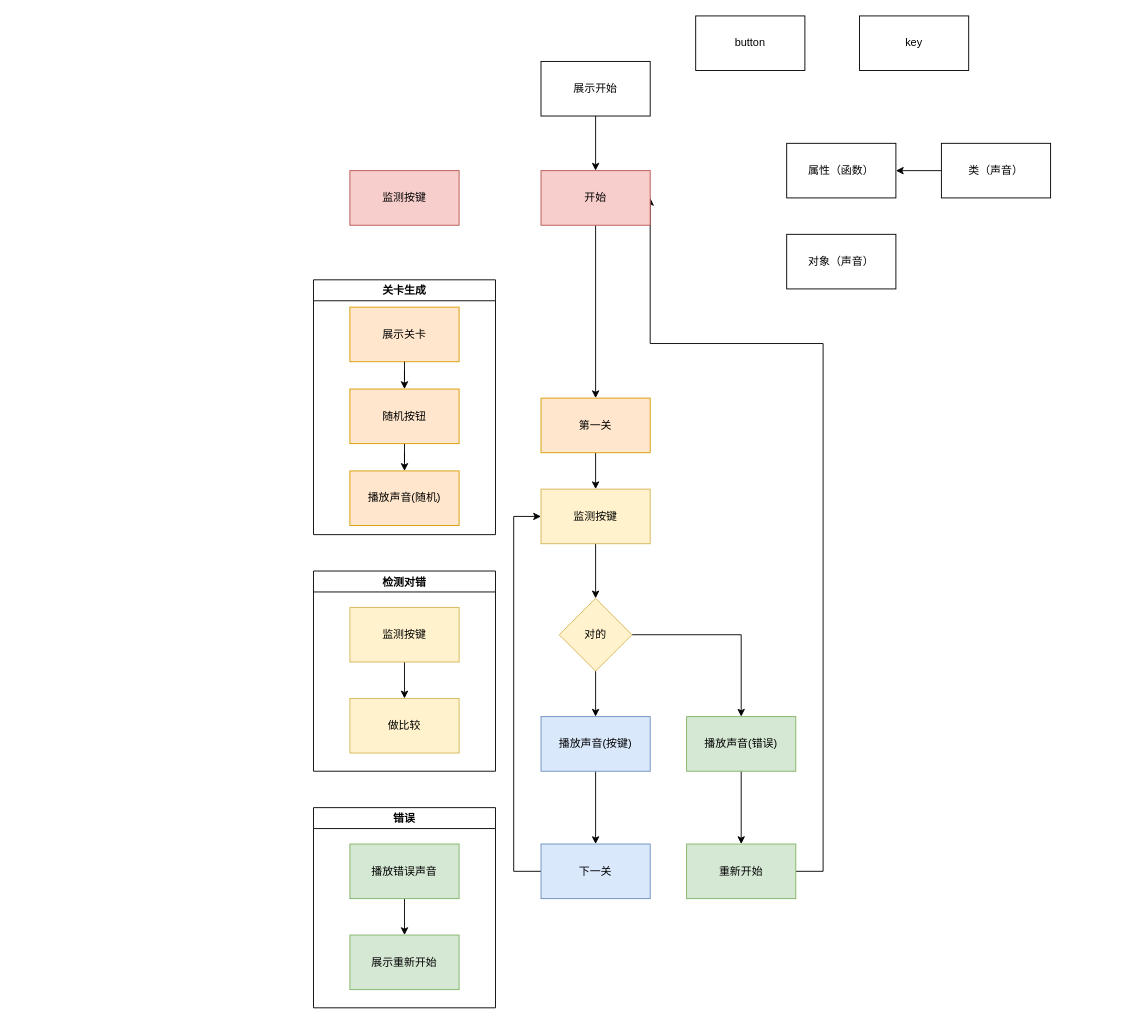
Above: 20230724.drawio in wenjiaqi8255/portfolio (draw.io), before the change. Source tidied: cells renumbered, new cells numbered last; positions are measured from the earlier drawing's top-left corner, leaving out a move shared by most shapes. Both pictures are drawn from the tidied source at 91%, with x=0, y=0 at pixel (313, 15).
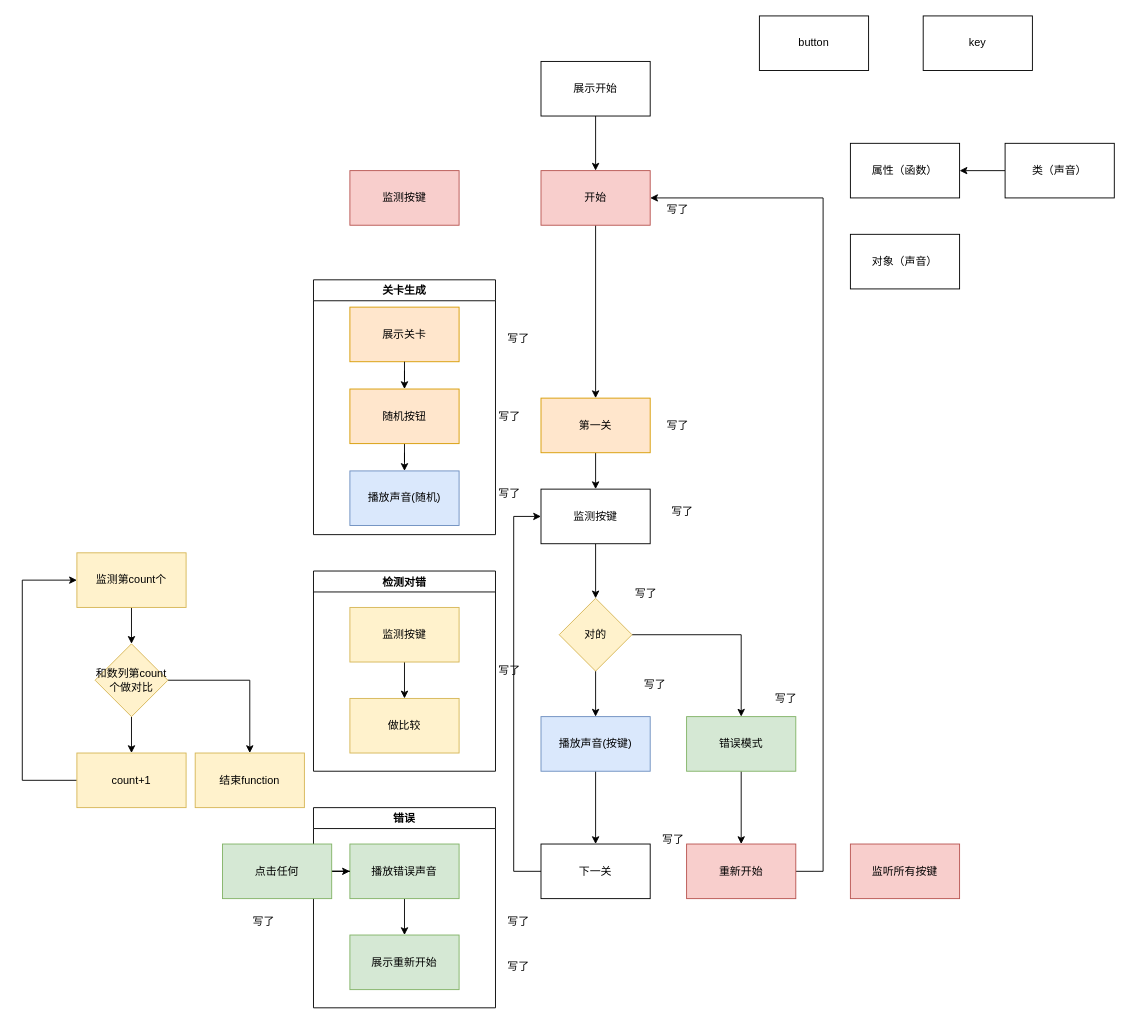
The same diagram, later.

Unchanged cells that the change refers to:
```xml
<mxCell id="24" value="开始" style="rounded=0;whiteSpace=wrap;html=1;fillColor=#f8cecc;strokeColor=#b85450;" parent="1" vertex="1">
  <mxGeometry x="250" y="170" width="120" height="60" as="geometry" />
</mxCell>
<mxCell id="36" value="播放错误声音" style="rounded=0;whiteSpace=wrap;html=1;fillColor=#d5e8d4;strokeColor=#82b366;" parent="34" vertex="1">
  <mxGeometry x="40" y="40" width="120" height="60" as="geometry" />
</mxCell>
```

What changed in the source:
```diff
@@
     <mxCell id="2" value="button" style="rounded=0;whiteSpace=wrap;html=1;" parent="1" vertex="1">
-      <mxGeometry x="420" width="120" height="60" as="geometry" />
+      <mxGeometry x="490" width="120" height="60" as="geometry" />
     </mxCell>
     <mxCell id="3" value="对象（声音）" style="rounded=0;whiteSpace=wrap;html=1;" parent="1" vertex="1">
-      <mxGeometry x="520" y="240" width="120" height="60" as="geometry" />
+      <mxGeometry x="590" y="240" width="120" height="60" as="geometry" />
     </mxCell>
     <mxCell id="4" value="key" style="rounded=0;whiteSpace=wrap;html=1;" parent="1" vertex="1">
-      <mxGeometry x="600" width="120" height="60" as="geometry" />
+      <mxGeometry x="670" width="120" height="60" as="geometry" />
     </mxCell>
     <mxCell id="5" value="属性（函数）" style="rounded=0;whiteSpace=wrap;html=1;" parent="1" vertex="1">
-      <mxGeometry x="520" y="140" width="120" height="60" as="geometry" />
+      <mxGeometry x="590" y="140" width="120" height="60" as="geometry" />
     </mxCell>
@@
     <mxCell id="7" value="类（声音）" style="rounded=0;whiteSpace=wrap;html=1;" parent="1" vertex="1">
-      <mxGeometry x="690" y="140" width="120" height="60" as="geometry" />
+      <mxGeometry x="760" y="140" width="120" height="60" as="geometry" />
     </mxCell>
@@
-    <mxCell id="11" value="监测按键" style="rounded=0;whiteSpace=wrap;html=1;fillColor=#fff2cc;strokeColor=#d6b656;" parent="1" vertex="1">
+    <mxCell id="11" value="监测按键" style="rounded=0;whiteSpace=wrap;html=1;" parent="1" vertex="1">
       <mxGeometry x="250" y="520" width="120" height="60" as="geometry" />
     </mxCell>
@@
-    <mxCell id="16" value="播放声音(错误)" style="rounded=0;whiteSpace=wrap;html=1;fillColor=#d5e8d4;strokeColor=#82b366;" parent="1" vertex="1">
+    <mxCell id="16" value="错误模式" style="rounded=0;whiteSpace=wrap;html=1;fillColor=#d5e8d4;strokeColor=#82b366;" parent="1" vertex="1">
       <mxGeometry x="410" y="770" width="120" height="60" as="geometry" />
     </mxCell>
     <mxCell id="17" style="edgeStyle=orthogonalEdgeStyle;rounded=0;jettySize=auto;html=1;entryX=1;entryY=0.5;entryDx=0;entryDy=0;" parent="1" edge="1" source="18" target="24">
       <mxGeometry relative="1" as="geometry">
         <Array as="points">
           <mxPoint x="560" y="940" />
-          <mxPoint x="560" y="360" />
+          <mxPoint x="560" y="200" />
         </Array>
       </mxGeometry>
     </mxCell>
-    <mxCell id="18" value="重新开始" style="rounded=0;whiteSpace=wrap;html=1;fillColor=#d5e8d4;strokeColor=#82b366;" parent="1" vertex="1">
+    <mxCell id="18" value="重新开始" style="rounded=0;whiteSpace=wrap;html=1;fillColor=#f8cecc;strokeColor=#b85450;" parent="1" vertex="1">
       <mxGeometry x="410" y="910" width="120" height="60" as="geometry" />
     </mxCell>
@@
-    <mxCell id="20" value="下一关" style="rounded=0;whiteSpace=wrap;html=1;fillColor=#dae8fc;strokeColor=#6c8ebf;" parent="1" vertex="1">
+    <mxCell id="20" value="下一关" style="rounded=0;whiteSpace=wrap;html=1;" parent="1" vertex="1">
       <mxGeometry x="250" y="910" width="120" height="60" as="geometry" />
     </mxCell>
@@
-    <mxCell id="27" value="播放声音(随机)" style="rounded=0;whiteSpace=wrap;html=1;fillColor=#ffe6cc;strokeColor=#d79b00;" parent="1" vertex="1">
+    <mxCell id="27" value="播放声音(随机)" style="rounded=0;whiteSpace=wrap;html=1;fillColor=#dae8fc;strokeColor=#6c8ebf;" parent="1" vertex="1">
       <mxGeometry x="40" y="500" width="120" height="60" as="geometry" />
     </mxCell>
@@
+    <mxCell id="42" value="写了" style="text;html=1;align=center;verticalAlign=middle;strokeColor=none;fillColor=none;" parent="1" vertex="1">
+      <mxGeometry x="375" y="198" width="50" height="30" as="geometry" />
+    </mxCell>
+    <mxCell id="43" value="写了" style="text;html=1;align=center;verticalAlign=middle;strokeColor=none;fillColor=none;" parent="1" vertex="1">
+      <mxGeometry x="200" y="340" width="50" height="30" as="geometry" />
+    </mxCell>
+    <mxCell id="44" value="写了" style="text;html=1;align=center;verticalAlign=middle;strokeColor=none;fillColor=none;" parent="1" vertex="1">
+      <mxGeometry x="190" y="425" width="50" height="30" as="geometry" />
+    </mxCell>
+    <mxCell id="45" value="写了" style="text;html=1;align=center;verticalAlign=middle;strokeColor=none;fillColor=none;" parent="1" vertex="1">
+      <mxGeometry x="190" y="510" width="50" height="30" as="geometry" />
+    </mxCell>
+    <mxCell id="46" value="写了" style="text;html=1;align=center;verticalAlign=middle;strokeColor=none;fillColor=none;" parent="1" vertex="1">
+      <mxGeometry x="375" y="435" width="50" height="30" as="geometry" />
+    </mxCell>
+    <mxCell id="47" value="写了" style="text;html=1;align=center;verticalAlign=middle;strokeColor=none;fillColor=none;" parent="1" vertex="1">
+      <mxGeometry x="380" y="530" width="50" height="30" as="geometry" />
+    </mxCell>
+    <mxCell id="48" style="edgeStyle=orthogonalEdgeStyle;rounded=0;jettySize=auto;html=1;" parent="1" edge="1" source="49" target="52">
+      <mxGeometry relative="1" as="geometry" />
+    </mxCell>
+    <mxCell id="49" value="监测第count个" style="rounded=0;whiteSpace=wrap;html=1;fillColor=#fff2cc;strokeColor=#d6b656;" parent="1" vertex="1">
+      <mxGeometry x="-260" y="590" width="120" height="60" as="geometry" />
+    </mxCell>
+    <mxCell id="50" style="edgeStyle=orthogonalEdgeStyle;rounded=0;jettySize=auto;html=1;" parent="1" edge="1" source="52" target="54">
+      <mxGeometry relative="1" as="geometry" />
+    </mxCell>
+    <mxCell id="51" style="edgeStyle=orthogonalEdgeStyle;rounded=0;jettySize=auto;html=1;" parent="1" edge="1" source="52" target="55">
+      <mxGeometry relative="1" as="geometry" />
+    </mxCell>
+    <mxCell id="52" value="和数列第count个做对比" style="rhombus;whiteSpace=wrap;html=1;fillColor=#fff2cc;strokeColor=#d6b656;rounded=0;" parent="1" vertex="1">
+      <mxGeometry x="-240" y="690" width="80" height="80" as="geometry" />
+    </mxCell>
+    <mxCell id="53" style="edgeStyle=orthogonalEdgeStyle;rounded=0;jettySize=auto;html=1;" parent="1" edge="1" source="54" target="49">
+      <mxGeometry relative="1" as="geometry">
+        <Array as="points">
+          <mxPoint x="-320" y="840" />
+          <mxPoint x="-320" y="620" />
+        </Array>
+      </mxGeometry>
+    </mxCell>
+    <mxCell id="54" value="count+1" style="rounded=0;whiteSpace=wrap;html=1;fillColor=#fff2cc;strokeColor=#d6b656;" parent="1" vertex="1">
+      <mxGeometry x="-260" y="810" width="120" height="60" as="geometry" />
+    </mxCell>
+    <mxCell id="55" value="结束function" style="whiteSpace=wrap;html=1;fillColor=#fff2cc;strokeColor=#d6b656;rounded=0;" parent="1" vertex="1">
+      <mxGeometry x="-130" y="810" width="120" height="60" as="geometry" />
+    </mxCell>
+    <mxCell id="56" value="写了" style="text;html=1;align=center;verticalAlign=middle;strokeColor=none;fillColor=none;" parent="1" vertex="1">
+      <mxGeometry x="190" y="705" width="50" height="30" as="geometry" />
+    </mxCell>
+    <mxCell id="57" value="写了" style="text;html=1;align=center;verticalAlign=middle;strokeColor=none;fillColor=none;" parent="1" vertex="1">
+      <mxGeometry x="340" y="620" width="50" height="30" as="geometry" />
+    </mxCell>
+    <mxCell id="58" style="edgeStyle=orthogonalEdgeStyle;rounded=0;jettySize=auto;html=1;" parent="1" edge="1" source="59" target="36">
+      <mxGeometry relative="1" as="geometry" />
+    </mxCell>
+    <mxCell id="59" value="点击任何" style="rounded=0;whiteSpace=wrap;html=1;fillColor=#d5e8d4;strokeColor=#82b366;" parent="1" vertex="1">
+      <mxGeometry x="-100" y="910" width="120" height="60" as="geometry" />
+    </mxCell>
+    <mxCell id="60" value="写了" style="text;html=1;align=center;verticalAlign=middle;strokeColor=none;fillColor=none;" parent="1" vertex="1">
+      <mxGeometry x="350" y="720" width="50" height="30" as="geometry" />
+    </mxCell>
+    <mxCell id="61" value="写了" style="text;html=1;align=center;verticalAlign=middle;strokeColor=none;fillColor=none;" parent="1" vertex="1">
+      <mxGeometry x="200" y="980" width="50" height="30" as="geometry" />
+    </mxCell>
+    <mxCell id="62" value="写了" style="text;html=1;align=center;verticalAlign=middle;strokeColor=none;fillColor=none;" parent="1" vertex="1">
+      <mxGeometry x="-80" y="980" width="50" height="30" as="geometry" />
+    </mxCell>
+    <mxCell id="63" value="写了" style="text;html=1;align=center;verticalAlign=middle;strokeColor=none;fillColor=none;" parent="1" vertex="1">
+      <mxGeometry x="370" y="890" width="50" height="30" as="geometry" />
+    </mxCell>
+    <mxCell id="64" value="写了" style="text;html=1;align=center;verticalAlign=middle;strokeColor=none;fillColor=none;" parent="1" vertex="1">
+      <mxGeometry x="200" y="1030" width="50" height="30" as="geometry" />
+    </mxCell>
+    <mxCell id="65" value="写了" style="text;html=1;align=center;verticalAlign=middle;strokeColor=none;fillColor=none;" parent="1" vertex="1">
+      <mxGeometry x="494" y="735" width="50" height="30" as="geometry" />
+    </mxCell>
+    <mxCell id="66" value="监听所有按键" style="rounded=0;whiteSpace=wrap;html=1;fillColor=#f8cecc;strokeColor=#b85450;" parent="1" vertex="1">
+      <mxGeometry x="590" y="910" width="120" height="60" as="geometry" />
+    </mxCell>
```
